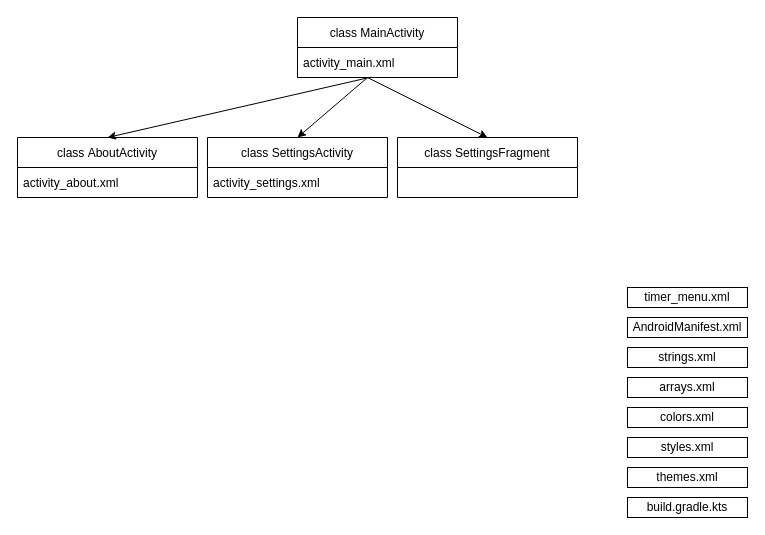
Kiranatos/asCore keeps this draw.io diagram as ifiles/Scheme Of Demo12.drawio. Above is the earlier version. Source tidied: cells renumbered, new cells numbered last; positions are measured from the earlier drawing's top-left corner, leaving out a move shared by most shapes. Both pictures are drawn from the tidied source at 100%, with x=0, y=0 at pixel (17, 17).
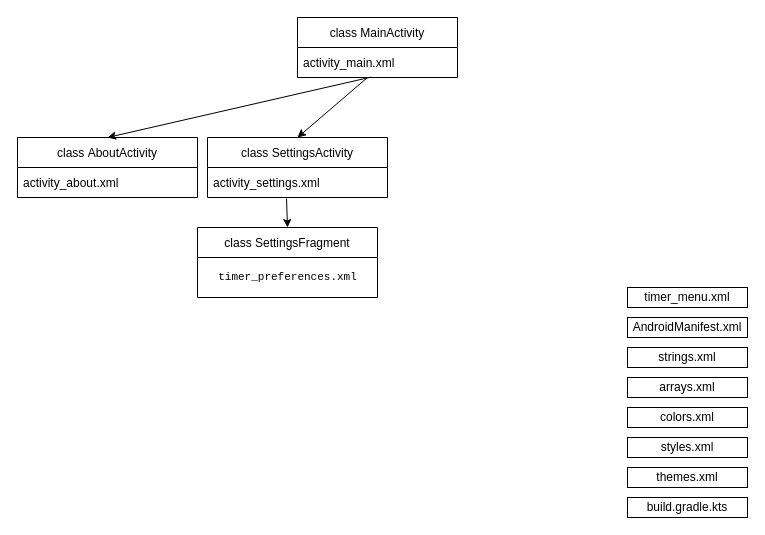
The same diagram, later.

The change refers to these unchanged cells:
```xml
<mxCell id="7" value="activity_settings.xml" style="text;strokeColor=none;fillColor=none;align=left;verticalAlign=middle;spacingLeft=4;spacingRight=4;overflow=hidden;points=[[0,0.5],[1,0.5]];portConstraint=eastwest;" parent="6" vertex="1">
  <mxGeometry y="30" width="180" height="30" as="geometry" />
</mxCell>
```

What changed in the source:
```diff
@@
     <mxCell id="10" value="class SettingsFragment" style="swimlane;fontStyle=0;horizontal=1;startSize=30;" parent="1" vertex="1">
-      <mxGeometry x="380" y="120" width="180" height="60" as="geometry" />
+      <mxGeometry x="180" y="210" width="180" height="70" as="geometry" />
     </mxCell>
+    <mxCell id="20" value="&lt;p style=&quot;background-color: rgb(255, 255, 255); font-family: &amp;quot;JetBrains Mono&amp;quot;, monospace;&quot;&gt;&lt;font style=&quot;font-size: 11px;&quot;&gt;timer_preferences.xml&lt;/font&gt;&lt;/p&gt;" style="text;html=1;align=center;verticalAlign=middle;strokeColor=none;fillColor=none;" parent="10" vertex="1">
+      <mxGeometry y="30" width="180" height="40" as="geometry" />
+    </mxCell>
-    <mxCell id="11" style="endArrow=classic;html=1;rounded=0;entryX=0.5;entryY=0;entryDx=0;entryDy=0;" parent="1" edge="1" target="10">
-      <mxGeometry relative="1" as="geometry">
-        <mxPoint x="350" y="60" as="sourcePoint" />
-      </mxGeometry>
+    <mxCell id="11" style="endArrow=classic;html=1;rounded=0;entryX=0.5;entryY=0;entryDx=0;entryDy=0;exitX=0.439;exitY=1.033;exitDx=0;exitDy=0;exitPerimeter=0;" parent="1" edge="1" source="7" target="10">
+      <mxGeometry relative="1" as="geometry" />
     </mxCell>
```
